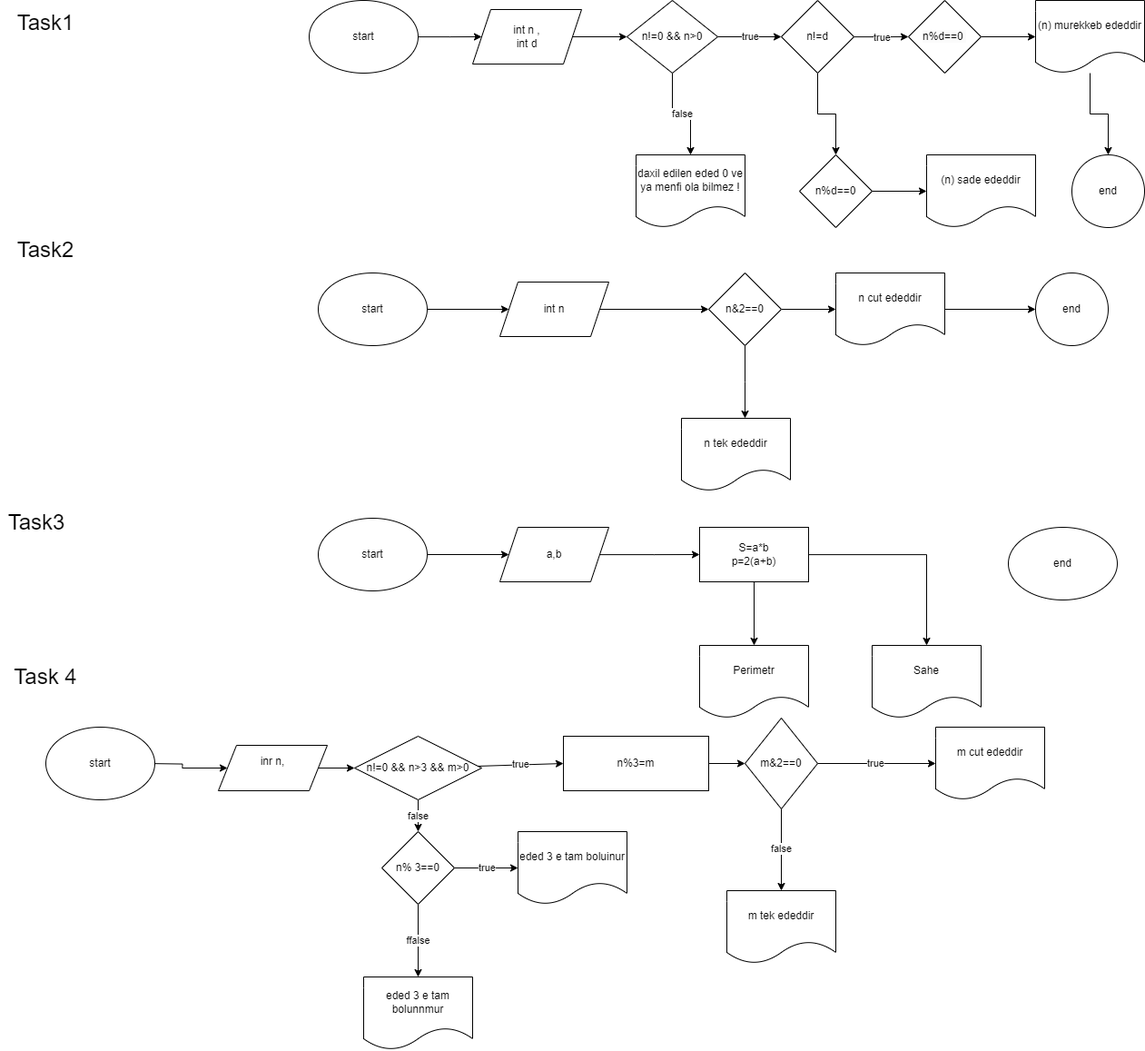
Above: Drawtask.drawio.png in hikmetwebdev/Drawfirsttask (draw.io), before the change. Source tidied: cells renumbered, new cells last; positions are measured from the earlier drawing's top-left corner, leaving out a move shared by most shapes.
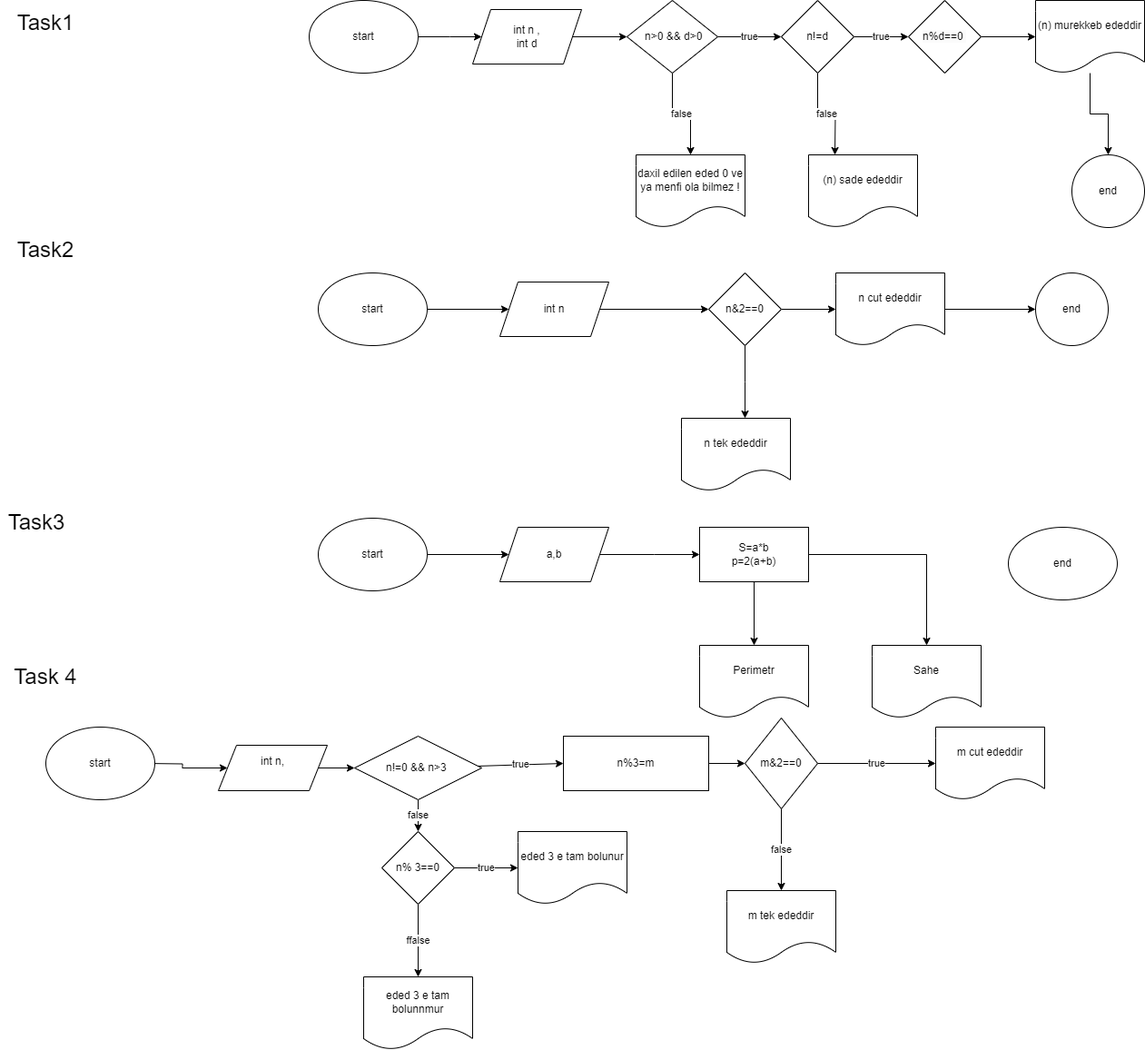
Later version of the same file.

Change to the diagram source:
```diff
@@ -22,7 +22,7 @@
     <mxCell id="7" value="false" style="edgeStyle=orthogonalEdgeStyle;rounded=0;jettySize=auto;html=1;" parent="1" edge="1" source="8" target="12">
       <mxGeometry relative="1" as="geometry" />
     </mxCell>
-    <mxCell id="8" value="n!=0 &amp;amp;&amp;amp; n&amp;gt;0" style="rhombus;whiteSpace=wrap;html=1;" parent="1" vertex="1">
+    <mxCell id="8" value="&amp;nbsp;n&amp;gt;0 &amp;amp;&amp;amp; d&amp;gt;0" style="rhombus;whiteSpace=wrap;html=1;" parent="1" vertex="1">
       <mxGeometry x="690" width="100" height="80" as="geometry" />
     </mxCell>
     <mxCell id="9" value="true" style="edgeStyle=orthogonalEdgeStyle;rounded=0;jettySize=auto;html=1;" parent="1" edge="1" source="11">
@@ -30,8 +30,10 @@
         <mxPoint x="1000" y="40" as="targetPoint" />
       </mxGeometry>
     </mxCell>
-    <mxCell id="10" style="edgeStyle=orthogonalEdgeStyle;rounded=0;jettySize=auto;html=1;" parent="1" edge="1" source="11" target="18">
-      <mxGeometry relative="1" as="geometry" />
+    <mxCell id="10" value="false" style="edgeStyle=orthogonalEdgeStyle;rounded=0;jettySize=auto;html=1;" parent="1" edge="1" source="11">
+      <mxGeometry relative="1" as="geometry">
+        <mxPoint x="919" y="170" as="targetPoint" />
+      </mxGeometry>
     </mxCell>
     <mxCell id="11" value="n!=d" style="rhombus;whiteSpace=wrap;html=1;" parent="1" vertex="1">
       <mxGeometry x="860" width="80" height="80" as="geometry" />
@@ -51,14 +53,13 @@
     <mxCell id="16" value="(n) murekkeb ededdir" style="shape=document;whiteSpace=wrap;html=1;boundedLbl=1;" parent="1" vertex="1">
       <mxGeometry x="1140" width="120" height="80" as="geometry" />
     </mxCell>
-    <mxCell id="17" style="edgeStyle=orthogonalEdgeStyle;rounded=0;jettySize=auto;html=1;" parent="1" edge="1" source="18" target="19">
-      <mxGeometry relative="1" as="geometry" />
+    <mxCell id="17" style="edgeStyle=orthogonalEdgeStyle;rounded=0;jettySize=auto;html=1;" parent="1" edge="1" target="19">
+      <mxGeometry relative="1" as="geometry">
+        <mxPoint x="959" y="210" as="sourcePoint" />
+      </mxGeometry>
     </mxCell>
-    <mxCell id="18" value="n%d==0" style="rhombus;whiteSpace=wrap;html=1;" parent="1" vertex="1">
-      <mxGeometry x="880" y="170" width="80" height="80" as="geometry" />
-    </mxCell>
     <mxCell id="19" value="(n) sade ededdir" style="shape=document;whiteSpace=wrap;html=1;boundedLbl=1;" parent="1" vertex="1">
-      <mxGeometry x="1020" y="170" width="120" height="80" as="geometry" />
+      <mxGeometry x="890" y="170" width="120" height="80" as="geometry" />
     </mxCell>
     <mxCell id="20" value="end" style="ellipse;whiteSpace=wrap;html=1;" parent="1" vertex="1">
       <mxGeometry x="1180" y="170" width="80" height="80" as="geometry" />
@@ -141,7 +142,7 @@
     <mxCell id="44" style="edgeStyle=orthogonalEdgeStyle;rounded=0;jettySize=auto;html=1;" parent="1" edge="1" source="45" target="57">
       <mxGeometry relative="1" as="geometry" />
     </mxCell>
-    <mxCell id="45" value="inr n,&lt;div&gt;&lt;br/&gt;&lt;/div&gt;" style="shape=parallelogram;perimeter=parallelogramPerimeter;whiteSpace=wrap;html=1;fixedSize=1;" parent="1" vertex="1">
+    <mxCell id="45" value="int n,&lt;div&gt;&lt;br&gt;&lt;/div&gt;" style="shape=parallelogram;perimeter=parallelogramPerimeter;whiteSpace=wrap;html=1;fixedSize=1;" parent="1" vertex="1">
       <mxGeometry x="240" y="820" width="120" height="50" as="geometry" />
     </mxCell>
     <mxCell id="46" style="edgeStyle=orthogonalEdgeStyle;rounded=0;jettySize=auto;html=1;" parent="1" edge="1" source="47" target="50">
@@ -181,7 +182,7 @@
     <mxCell id="56" value="false" style="edgeStyle=orthogonalEdgeStyle;rounded=0;jettySize=auto;html=1;" parent="1" edge="1" source="57" target="60">
       <mxGeometry relative="1" as="geometry" />
     </mxCell>
-    <mxCell id="57" value="n!=0 &amp;amp;&amp;amp; n&amp;gt;3 &amp;amp;&amp;amp; m&amp;gt;0" style="rhombus;whiteSpace=wrap;html=1;" parent="1" vertex="1">
+    <mxCell id="57" value="n!=0 &amp;amp;&amp;amp; n&amp;gt;3&amp;nbsp;" style="rhombus;whiteSpace=wrap;html=1;" parent="1" vertex="1">
       <mxGeometry x="390" y="810" width="140" height="70" as="geometry" />
     </mxCell>
     <mxCell id="58" value="true" style="edgeStyle=orthogonalEdgeStyle;rounded=0;jettySize=auto;html=1;" parent="1" edge="1" source="60" target="61">
@@ -193,7 +194,7 @@
     <mxCell id="60" value="n% 3==0" style="rhombus;whiteSpace=wrap;html=1;" parent="1" vertex="1">
       <mxGeometry x="420" y="915" width="80" height="80" as="geometry" />
     </mxCell>
-    <mxCell id="61" value="eded 3 e tam boluinur" style="shape=document;whiteSpace=wrap;html=1;boundedLbl=1;" parent="1" vertex="1">
+    <mxCell id="61" value="eded 3 e tam bolunur" style="shape=document;whiteSpace=wrap;html=1;boundedLbl=1;" parent="1" vertex="1">
       <mxGeometry x="570" y="915" width="120" height="80" as="geometry" />
     </mxCell>
     <mxCell id="62" value="eded 3 e tam bolunnmur" style="shape=document;whiteSpace=wrap;html=1;boundedLbl=1;" parent="1" vertex="1">
```
